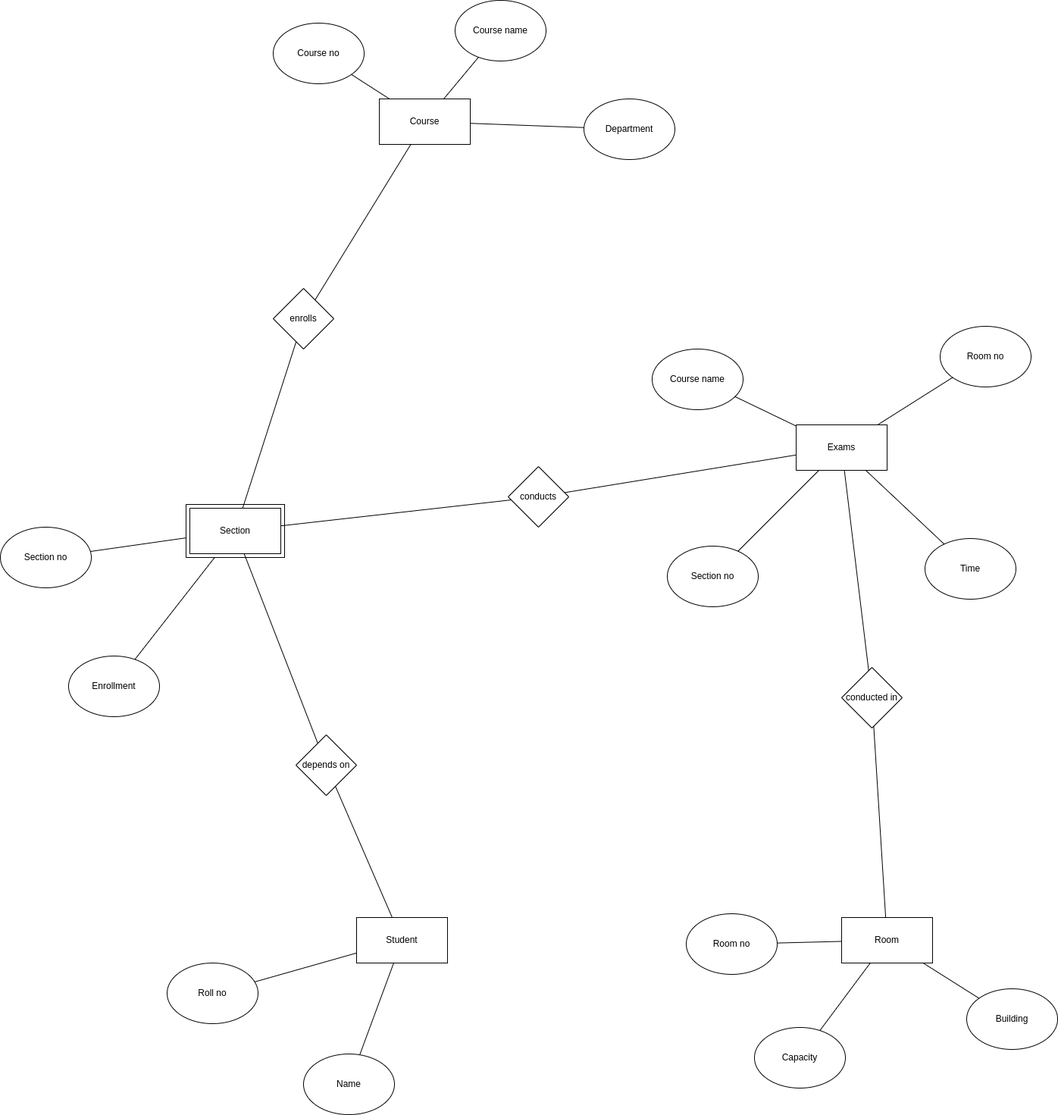
The draw.io diagram Day23/Day23-Exams.drawio.png in nathis468/Trustrace_Assignment, before a commit. Source tidied: cells renumbered, new cells last; positions are measured from the earlier drawing's top-left corner, leaving out a move shared by most shapes.
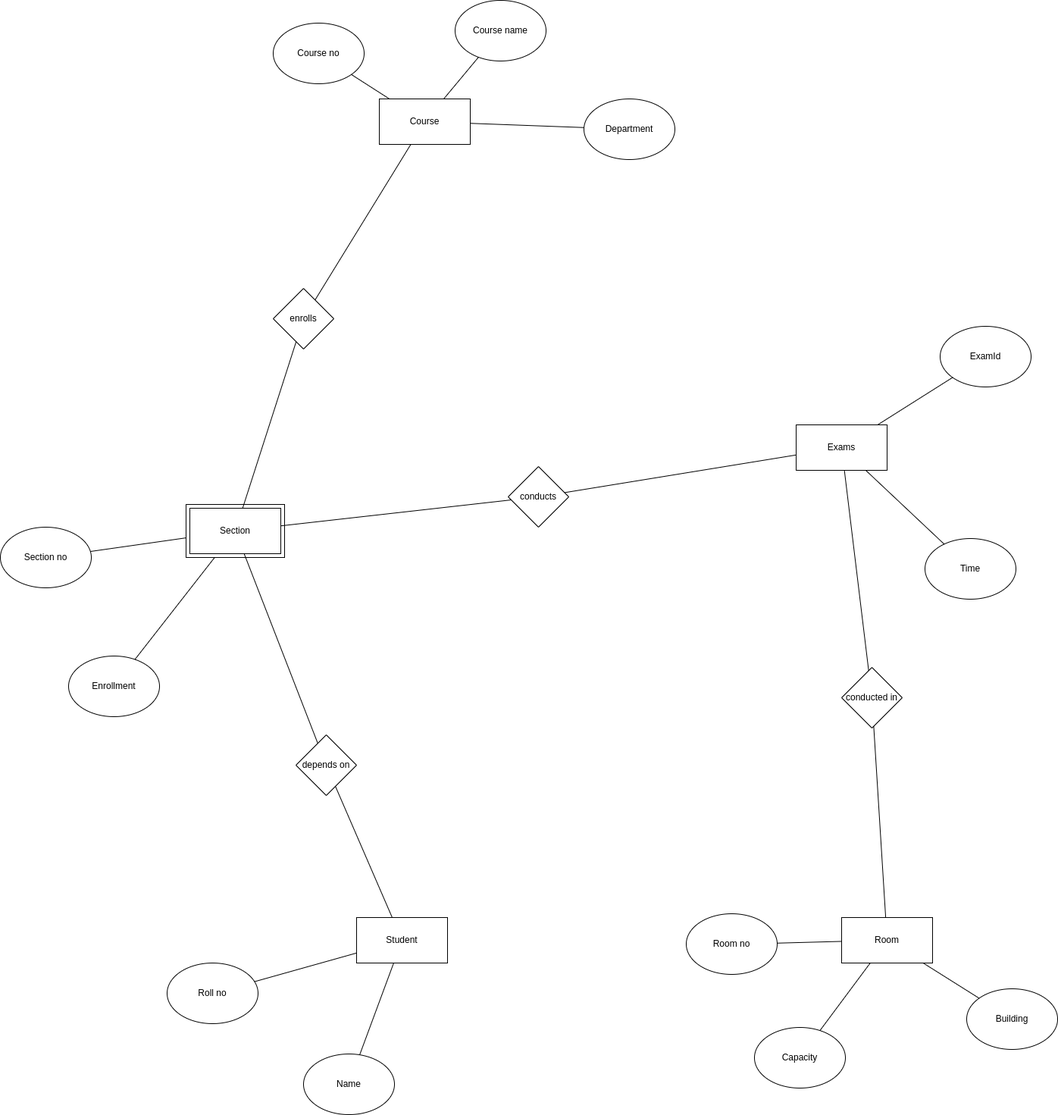
Later version of the same file.

The edit, as a diff of the source:
```diff
@@ -8,24 +8,12 @@
     <mxCell id="3" value="Time" style="ellipse;whiteSpace=wrap;html=1;" parent="1" vertex="1">
       <mxGeometry x="1220" y="710" width="120" height="80" as="geometry" />
     </mxCell>
-    <mxCell id="4" value="Room no" style="ellipse;whiteSpace=wrap;html=1;" parent="1" vertex="1">
+    <mxCell id="4" value="ExamId" style="ellipse;whiteSpace=wrap;html=1;" parent="1" vertex="1">
       <mxGeometry x="1240" y="430" width="120" height="80" as="geometry" />
     </mxCell>
-    <mxCell id="5" value="Section no" style="ellipse;whiteSpace=wrap;html=1;" parent="1" vertex="1">
-      <mxGeometry x="880" y="720" width="120" height="80" as="geometry" />
-    </mxCell>
-    <mxCell id="6" value="Course name" style="ellipse;whiteSpace=wrap;html=1;" parent="1" vertex="1">
-      <mxGeometry x="860" y="460" width="120" height="80" as="geometry" />
-    </mxCell>
     <mxCell id="7" style="endArrow=none;html=1;rounded=0;" parent="1" edge="1" source="2" target="4">
       <mxGeometry relative="1" as="geometry" />
     </mxCell>
-    <mxCell id="8" style="endArrow=none;html=1;rounded=0;" parent="1" edge="1" source="6" target="2">
-      <mxGeometry relative="1" as="geometry" />
-    </mxCell>
-    <mxCell id="9" style="endArrow=none;html=1;rounded=0;" parent="1" edge="1" source="2" target="5">
-      <mxGeometry relative="1" as="geometry" />
-    </mxCell>
     <mxCell id="10" style="endArrow=none;html=1;rounded=0;" parent="1" edge="1" source="2" target="3">
       <mxGeometry relative="1" as="geometry" />
     </mxCell>
```
